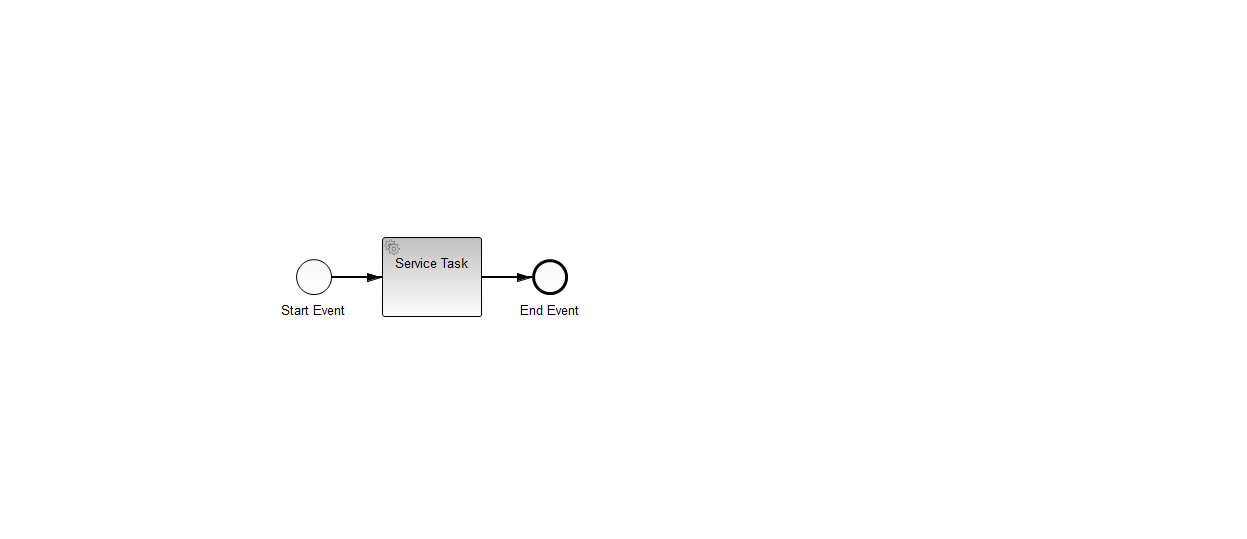
Earlier version of the BPMN export webapps/cockpit/cockpit-webapp/src/main/runtime/dev/resources/pa/failing-process.png (camunda/camunda-bpm-platform). Its source is kept beside it as webapps/cockpit/cockpit-webapp/src/main/runtime/dev/resources/pa/failing-process.bpmn. Ids are renumbered.
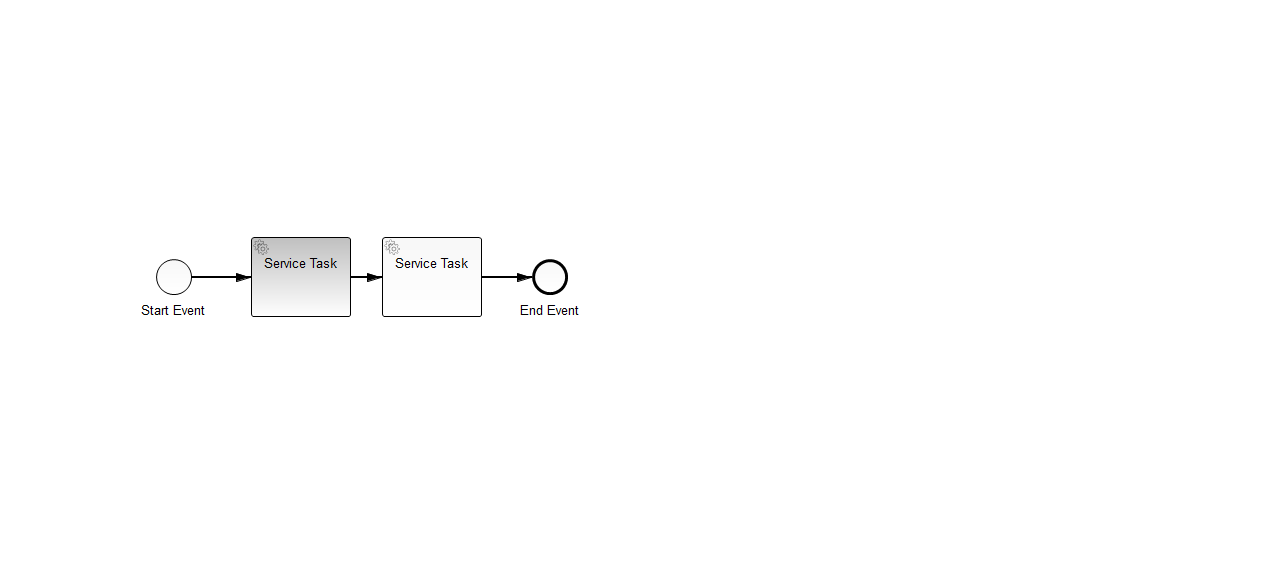
After the change.

Change to the diagram source:
```diff
@@ -1,29 +1,40 @@
-<bpmn2:definitions targetNamespace="http://activiti.org/bpmn" xmlns:xsi="http://www.w3.org/2001/XMLSchema-instance" xmlns:activiti="http://activiti.org/bpmn" xmlns:bpmn2="http://www.omg.org/spec/BPMN/20100524/MODEL" xmlns:bpmndi="http://www.omg.org/spec/BPMN/20100524/DI" xmlns:dc="http://www.omg.org/spec/DD/20100524/DC" xmlns:di="http://www.omg.org/spec/DD/20100524/DI" xsi:schemaLocation="http://www.omg.org/spec/BPMN/20100524/MODEL BPMN20.xsd" id="_QzotMMIpEeKp3rR3eqX9hQ">
+<bpmn2:definitions xmlns:xsi="http://www.w3.org/2001/XMLSchema-instance" xmlns:activiti="http://activiti.org/bpmn" xmlns:bpmn2="http://www.omg.org/spec/BPMN/20100524/MODEL" xmlns:bpmndi="http://www.omg.org/spec/BPMN/20100524/DI" xmlns:dc="http://www.omg.org/spec/DD/20100524/DC" xmlns:di="http://www.omg.org/spec/DD/20100524/DI" xsi:schemaLocation="http://www.omg.org/spec/BPMN/20100524/MODEL BPMN20.xsd" id="_QzotMMIpEeKp3rR3eqX9hQ" targetNamespace="http://activiti.org/bpmn">
   <bpmn2:process id="FailingProcess" name="FailingProcess" isExecutable="true">
-    <bpmn2:startEvent id="StartEvent_1" name="Start Event">
-      <bpmn2:outgoing>SequenceFlow_1</bpmn2:outgoing>
-    </bpmn2:startEvent>
     <bpmn2:serviceTask id="ServiceTask_1" activiti:class="org.camunda.bpm.pa.service.FailingDelegate" activiti:async="true" name="Service Task">
-      <bpmn2:incoming>SequenceFlow_1</bpmn2:incoming>
+      <bpmn2:incoming>SequenceFlow_3</bpmn2:incoming>
       <bpmn2:outgoing>SequenceFlow_2</bpmn2:outgoing>
     </bpmn2:serviceTask>
-    <bpmn2:sequenceFlow id="SequenceFlow_1" sourceRef="StartEvent_1" targetRef="ServiceTask_1"/>
     <bpmn2:endEvent id="EndEvent_1" name="End Event">
       <bpmn2:incoming>SequenceFlow_2</bpmn2:incoming>
     </bpmn2:endEvent>
     <bpmn2:sequenceFlow id="SequenceFlow_2" sourceRef="ServiceTask_1" targetRef="EndEvent_1"/>
+    <bpmn2:startEvent id="StartEvent_1" name="Start Event">
+      <bpmn2:outgoing>SequenceFlow_1</bpmn2:outgoing>
+    </bpmn2:startEvent>
+    <bpmn2:sequenceFlow id="SequenceFlow_1" sourceRef="StartEvent_1" targetRef="ServiceTask_2"/>
+    <bpmn2:serviceTask id="ServiceTask_2" activiti:expression="${true}" name="Service Task">
+      <bpmn2:incoming>SequenceFlow_1</bpmn2:incoming>
+      <bpmn2:outgoing>SequenceFlow_3</bpmn2:outgoing>
+    </bpmn2:serviceTask>
+    <bpmn2:sequenceFlow id="SequenceFlow_3" name="" sourceRef="ServiceTask_2" targetRef="ServiceTask_1"/>
   </bpmn2:process>
   <bpmndi:BPMNDiagram id="BPMNDiagram_1" name="Test">
     <bpmndi:BPMNPlane id="BPMNPlane_1" bpmnElement="FailingProcess">
       <bpmndi:BPMNShape id="_BPMNShape_StartEvent_16" bpmnElement="StartEvent_1">
-        <dc:Bounds height="36.0" width="36.0" x="296.0" y="259.0"/>
+        <dc:Bounds height="36.0" width="36.0" x="156.0" y="259.0"/>
+        <bpmndi:BPMNLabel>
+          <dc:Bounds height="22.0" width="70.0" x="139.0" y="300.0"/>
+        </bpmndi:BPMNLabel>
       </bpmndi:BPMNShape>
       <bpmndi:BPMNShape id="_BPMNShape_ServiceTask_3" bpmnElement="ServiceTask_1">
         <dc:Bounds height="80.0" width="100.0" x="382.0" y="237.0"/>
       </bpmndi:BPMNShape>
-      <bpmndi:BPMNEdge id="BPMNEdge_SequenceFlow_1" bpmnElement="SequenceFlow_1" sourceElement="_BPMNShape_StartEvent_16" targetElement="_BPMNShape_ServiceTask_3">
-        <di:waypoint xsi:type="dc:Point" x="332.0" y="277.0"/>
-        <di:waypoint xsi:type="dc:Point" x="382.0" y="277.0"/>
+      <bpmndi:BPMNEdge id="BPMNEdge_SequenceFlow_1" bpmnElement="SequenceFlow_1" sourceElement="_BPMNShape_StartEvent_16" targetElement="_BPMNShape_ServiceTask_4">
+        <di:waypoint xsi:type="dc:Point" x="192.0" y="277.0"/>
+        <di:waypoint xsi:type="dc:Point" x="251.0" y="277.0"/>
+        <bpmndi:BPMNLabel>
+          <dc:Bounds height="0.0" width="0.0" x="217.0" y="277.0"/>
+        </bpmndi:BPMNLabel>
       </bpmndi:BPMNEdge>
       <bpmndi:BPMNShape id="_BPMNShape_EndEvent_18" bpmnElement="EndEvent_1">
         <dc:Bounds height="36.0" width="36.0" x="532.0" y="259.0"/>
@@ -32,6 +43,16 @@
         <di:waypoint xsi:type="dc:Point" x="482.0" y="277.0"/>
         <di:waypoint xsi:type="dc:Point" x="532.0" y="277.0"/>
       </bpmndi:BPMNEdge>
+      <bpmndi:BPMNShape id="_BPMNShape_ServiceTask_4" bpmnElement="ServiceTask_2">
+        <dc:Bounds height="80.0" width="100.0" x="251.0" y="237.0"/>
+      </bpmndi:BPMNShape>
+      <bpmndi:BPMNEdge id="BPMNEdge_SequenceFlow_3" bpmnElement="SequenceFlow_3" sourceElement="_BPMNShape_ServiceTask_4" targetElement="_BPMNShape_ServiceTask_3">
+        <di:waypoint xsi:type="dc:Point" x="351.0" y="277.0"/>
+        <di:waypoint xsi:type="dc:Point" x="382.0" y="277.0"/>
+        <bpmndi:BPMNLabel>
+          <dc:Bounds height="6.0" width="6.0" x="378.0" y="277.0"/>
+        </bpmndi:BPMNLabel>
+      </bpmndi:BPMNEdge>
     </bpmndi:BPMNPlane>
   </bpmndi:BPMNDiagram>
 </bpmn2:definitions>
```
